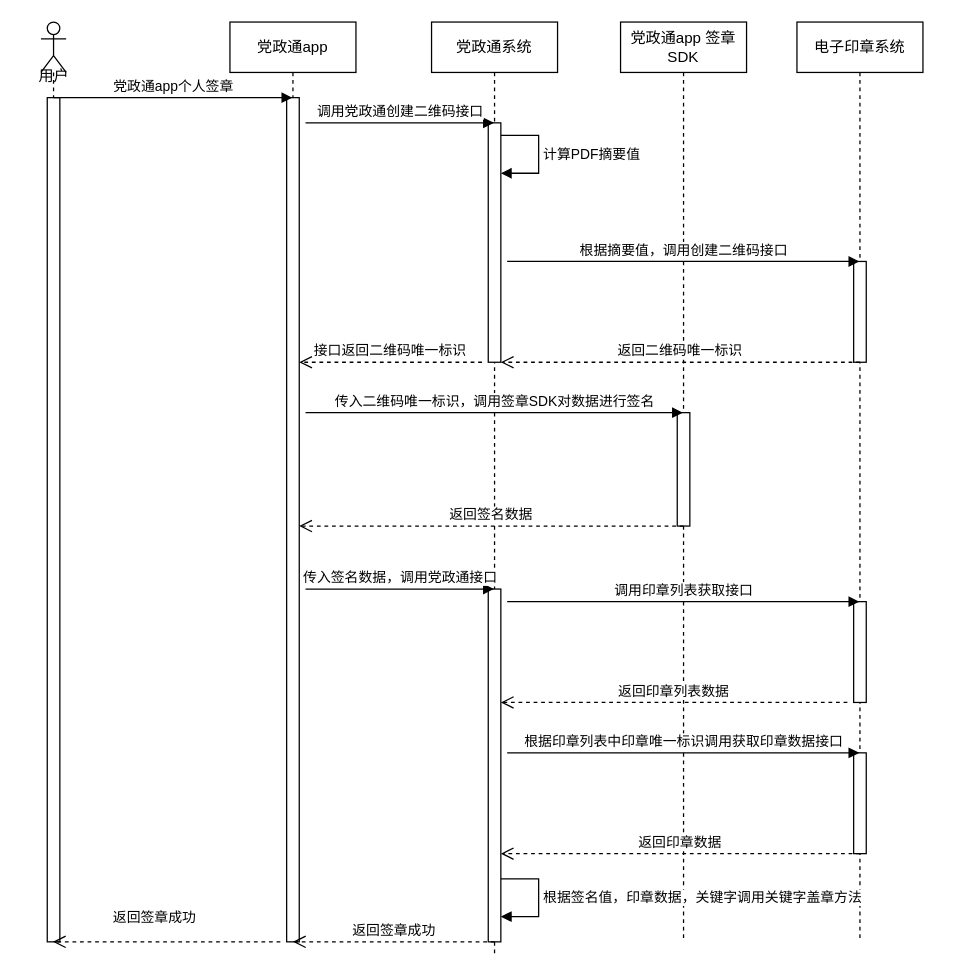
Before: 未命名绘图.drawio in ljhaust/studycode, a draw.io diagram. Source tidied: cells renumbered, new cells numbered last; positions are measured from the earlier drawing's top-left corner, leaving out a move shared by most shapes. Both pictures are drawn from the tidied source at 126%, with x=0, y=0 at pixel (21, 21).
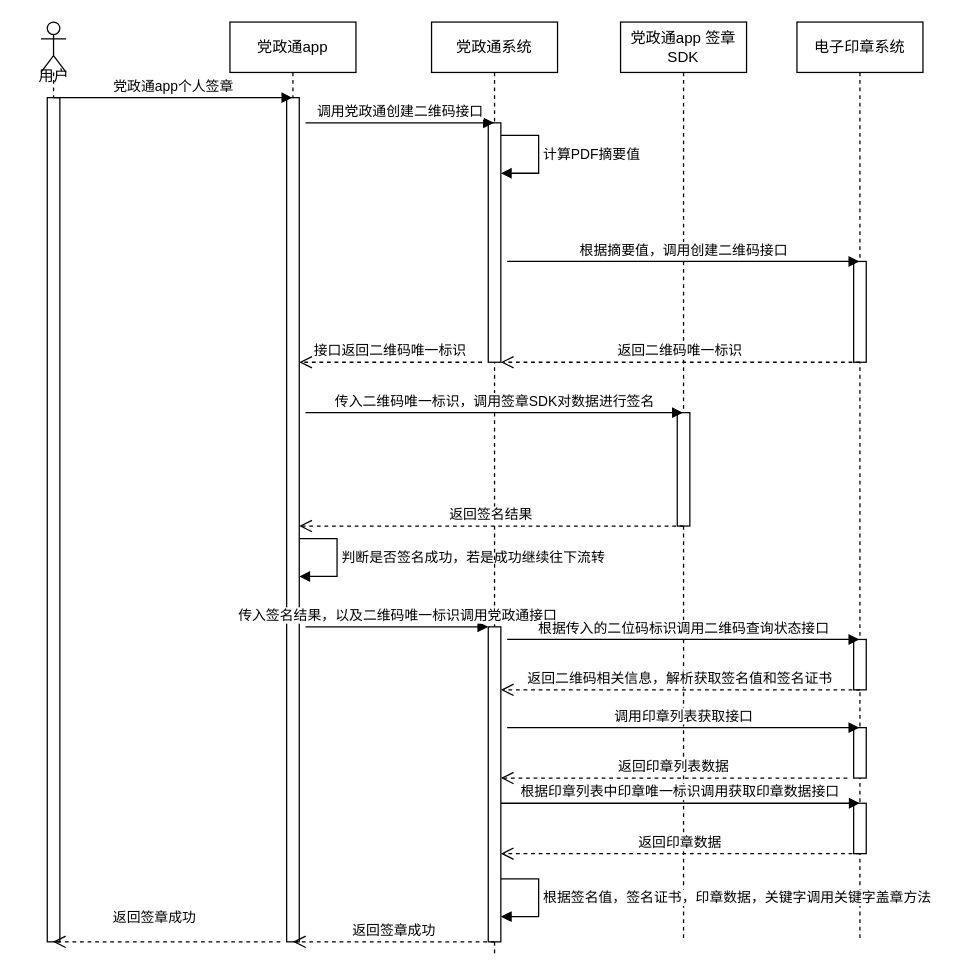
After the change.

Commit message:
党政通app关键字盖章.drawio

The change refers to these unchanged cells:
```xml
<mxCell id="2" value="党政通app" style="shape=umlLifeline;perimeter=lifelinePerimeter;whiteSpace=wrap;html=1;outlineConnect=0;portConstraint=eastwest;newEdgeStyle={&quot;edgeStyle&quot;:&quot;elbowEdgeStyle&quot;,&quot;elbow&quot;:&quot;vertical&quot;,&quot;curved&quot;:0,&quot;rounded&quot;:0};" parent="1" vertex="1">
  <mxGeometry x="165" width="100" height="730" as="geometry" />
</mxCell>
<mxCell id="3" style="html=1;points=[];perimeter=orthogonalPerimeter;outlineConnect=0;targetShapes=umlLifeline;portConstraint=eastwest;newEdgeStyle={&quot;edgeStyle&quot;:&quot;elbowEdgeStyle&quot;,&quot;elbow&quot;:&quot;vertical&quot;,&quot;curved&quot;:0,&quot;rounded&quot;:0};" parent="2" vertex="1">
  <mxGeometry x="45" y="60" width="10" height="670" as="geometry" />
</mxCell>
<mxCell id="6" value="电子印章系统" style="shape=umlLifeline;perimeter=lifelinePerimeter;whiteSpace=wrap;html=1;outlineConnect=0;portConstraint=eastwest;newEdgeStyle={&quot;edgeStyle&quot;:&quot;elbowEdgeStyle&quot;,&quot;elbow&quot;:&quot;vertical&quot;,&quot;curved&quot;:0,&quot;rounded&quot;:0};" parent="1" vertex="1">
  <mxGeometry x="615" width="100" height="730" as="geometry" />
</mxCell>
<mxCell id="12" value="党政通系统" style="shape=umlLifeline;perimeter=lifelinePerimeter;whiteSpace=wrap;html=1;outlineConnect=0;portConstraint=eastwest;newEdgeStyle={&quot;edgeStyle&quot;:&quot;elbowEdgeStyle&quot;,&quot;elbow&quot;:&quot;vertical&quot;,&quot;curved&quot;:0,&quot;rounded&quot;:0};" parent="1" vertex="1">
  <mxGeometry x="325" width="100" height="740" as="geometry" />
</mxCell>
```

The edit, as a diff of the source:
```diff
@@
+    <mxCell id="32" value="判断是否签名成功，若是成功继续往下流转" style="html=1;align=left;spacingLeft=2;endArrow=block;rounded=0;edgeStyle=orthogonalEdgeStyle;curved=0;rounded=0;" parent="2" edge="1" target="3">
+      <mxGeometry relative="1" as="geometry">
+        <mxPoint x="55" y="410" as="sourcePoint" />
+        <Array as="points">
+          <mxPoint x="85" y="410" />
+          <mxPoint x="85" y="440" />
+        </Array>
+      </mxGeometry>
+    </mxCell>
@@
     <mxCell id="8" style="html=1;perimeter=orthogonalPerimeter;targetShapes=umlLifeline;newEdgeStyle={&quot;edgeStyle&quot;:&quot;elbowEdgeStyle&quot;,&quot;elbow&quot;:&quot;vertical&quot;,&quot;curved&quot;:0,&quot;rounded&quot;:0};" parent="6" vertex="1">
-      <mxGeometry x="45" y="460" width="10" height="80" as="geometry" />
+      <mxGeometry x="45" y="560" width="10" height="40" as="geometry" />
     </mxCell>
     <mxCell id="9" style="html=1;perimeter=orthogonalPerimeter;targetShapes=umlLifeline;newEdgeStyle={&quot;edgeStyle&quot;:&quot;elbowEdgeStyle&quot;,&quot;elbow&quot;:&quot;vertical&quot;,&quot;curved&quot;:0,&quot;rounded&quot;:0};" parent="6" vertex="1">
-      <mxGeometry x="45" y="580" width="10" height="80" as="geometry" />
+      <mxGeometry x="45" y="620" width="10" height="40" as="geometry" />
     </mxCell>
+    <mxCell id="33" style="html=1;perimeter=orthogonalPerimeter;targetShapes=umlLifeline;newEdgeStyle={&quot;edgeStyle&quot;:&quot;elbowEdgeStyle&quot;,&quot;elbow&quot;:&quot;vertical&quot;,&quot;curved&quot;:0,&quot;rounded&quot;:0};" parent="6" vertex="1">
+      <mxGeometry x="45" y="490" width="10" height="40" as="geometry" />
+    </mxCell>
@@
     <mxCell id="15" style="html=1;points=[];perimeter=orthogonalPerimeter;outlineConnect=0;targetShapes=umlLifeline;portConstraint=eastwest;newEdgeStyle={&quot;edgeStyle&quot;:&quot;elbowEdgeStyle&quot;,&quot;elbow&quot;:&quot;vertical&quot;,&quot;curved&quot;:0,&quot;rounded&quot;:0};" parent="12" vertex="1">
-      <mxGeometry x="45" y="450" width="10" height="280" as="geometry" />
+      <mxGeometry x="45" y="480" width="10" height="250" as="geometry" />
     </mxCell>
-    <mxCell id="16" value="根据签名值，印章数据，关键字调用关键字盖章方法" style="html=1;align=left;spacingLeft=2;endArrow=block;rounded=0;edgeStyle=orthogonalEdgeStyle;curved=0;rounded=0;" parent="12" edge="1" target="15">
+    <mxCell id="16" value="根据签名值，签名证书，印章数据，关键字调用关键字盖章方法" style="html=1;align=left;spacingLeft=2;endArrow=block;rounded=0;edgeStyle=orthogonalEdgeStyle;curved=0;rounded=0;" parent="12" edge="1" target="15">
       <mxGeometry relative="1" as="geometry">
         <mxPoint x="55" y="680" as="sourcePoint" />
         <Array as="points">
           <mxPoint x="85" y="680" />
           <mxPoint x="85" y="710" />
         </Array>
       </mxGeometry>
     </mxCell>
@@
-    <mxCell id="23" value="返回签名数据" style="html=1;verticalAlign=bottom;endArrow=open;dashed=1;endSize=8;edgeStyle=elbowEdgeStyle;elbow=vertical;curved=0;rounded=0;" parent="1" edge="1" target="3">
+    <mxCell id="23" value="返回签名结果" style="html=1;verticalAlign=bottom;endArrow=open;dashed=1;endSize=8;edgeStyle=elbowEdgeStyle;elbow=vertical;curved=0;rounded=0;" parent="1" edge="1" target="3">
       <mxGeometry relative="1" as="geometry">
         <mxPoint x="525" y="400" as="sourcePoint" />
       </mxGeometry>
     </mxCell>
-    <mxCell id="24" value="传入签名数据，调用党政通接口" style="html=1;verticalAlign=bottom;endArrow=block;edgeStyle=elbowEdgeStyle;elbow=vertical;curved=0;rounded=0;" parent="1" edge="1" target="12">
+    <mxCell id="24" value="传入签名结果，以及二维码唯一标识调用党政通接口" style="html=1;verticalAlign=bottom;endArrow=block;edgeStyle=elbowEdgeStyle;elbow=vertical;curved=0;rounded=0;" parent="1" edge="1" target="15">
       <mxGeometry relative="1" as="geometry">
-        <mxPoint x="225" y="450" as="sourcePoint" />
+        <mxPoint x="225" y="480" as="sourcePoint" />
       </mxGeometry>
     </mxCell>
-    <mxCell id="25" value="调用印章列表获取接口" style="html=1;verticalAlign=bottom;endArrow=block;edgeStyle=elbowEdgeStyle;elbow=vertical;curved=0;rounded=0;" parent="1" edge="1" target="6">
+    <mxCell id="25" value="调用印章列表获取接口" style="html=1;verticalAlign=bottom;endArrow=block;edgeStyle=elbowEdgeStyle;elbow=vertical;curved=0;rounded=0;" parent="1" edge="1">
       <mxGeometry relative="1" as="geometry">
-        <mxPoint x="385" y="460" as="sourcePoint" />
+        <mxPoint x="385" y="560" as="sourcePoint" />
+        <mxPoint x="664.5" y="560" as="targetPoint" />
       </mxGeometry>
     </mxCell>
-    <mxCell id="26" value="返回印章列表数据" style="html=1;verticalAlign=bottom;endArrow=open;dashed=1;endSize=8;edgeStyle=elbowEdgeStyle;elbow=vertical;curved=0;rounded=0;" parent="1" edge="1" target="15">
+    <mxCell id="26" value="返回印章列表数据" style="html=1;verticalAlign=bottom;endArrow=open;dashed=1;endSize=8;edgeStyle=elbowEdgeStyle;elbow=vertical;curved=0;rounded=0;" parent="1" edge="1">
       <mxGeometry relative="1" as="geometry">
-        <mxPoint x="655" y="540" as="sourcePoint" />
+        <mxPoint x="655" y="600" as="sourcePoint" />
+        <mxPoint x="380" y="600" as="targetPoint" />
       </mxGeometry>
     </mxCell>
-    <mxCell id="27" value="根据印章列表中印章唯一标识调用获取印章数据接口" style="html=1;verticalAlign=bottom;endArrow=block;edgeStyle=elbowEdgeStyle;elbow=vertical;curved=0;rounded=0;" parent="1" edge="1" target="6">
+    <mxCell id="27" value="根据印章列表中印章唯一标识调用获取印章数据接口" style="html=1;verticalAlign=bottom;endArrow=block;edgeStyle=elbowEdgeStyle;elbow=vertical;curved=0;rounded=0;" parent="1" edge="1" source="15">
       <mxGeometry relative="1" as="geometry">
-        <mxPoint x="385" y="580" as="sourcePoint" />
+        <mxPoint x="664.8" y="620" as="targetPoint" />
       </mxGeometry>
     </mxCell>
@@
+    <mxCell id="34" value="根据传入的二位码标识调用二维码查询状态接口" style="html=1;verticalAlign=bottom;endArrow=block;edgeStyle=elbowEdgeStyle;elbow=vertical;curved=0;rounded=0;" parent="1" edge="1" target="6">
+      <mxGeometry relative="1" as="geometry">
+        <mxPoint x="385" y="490" as="sourcePoint" />
+      </mxGeometry>
+    </mxCell>
+    <mxCell id="35" value="返回二维码相关信息，解析获取签名值和签名证书" style="html=1;verticalAlign=bottom;endArrow=open;dashed=1;endSize=8;edgeStyle=elbowEdgeStyle;elbow=vertical;curved=0;rounded=0;" parent="1" edge="1" target="15">
+      <mxGeometry relative="1" as="geometry">
+        <mxPoint x="665" y="530" as="sourcePoint" />
+      </mxGeometry>
+    </mxCell>
```
